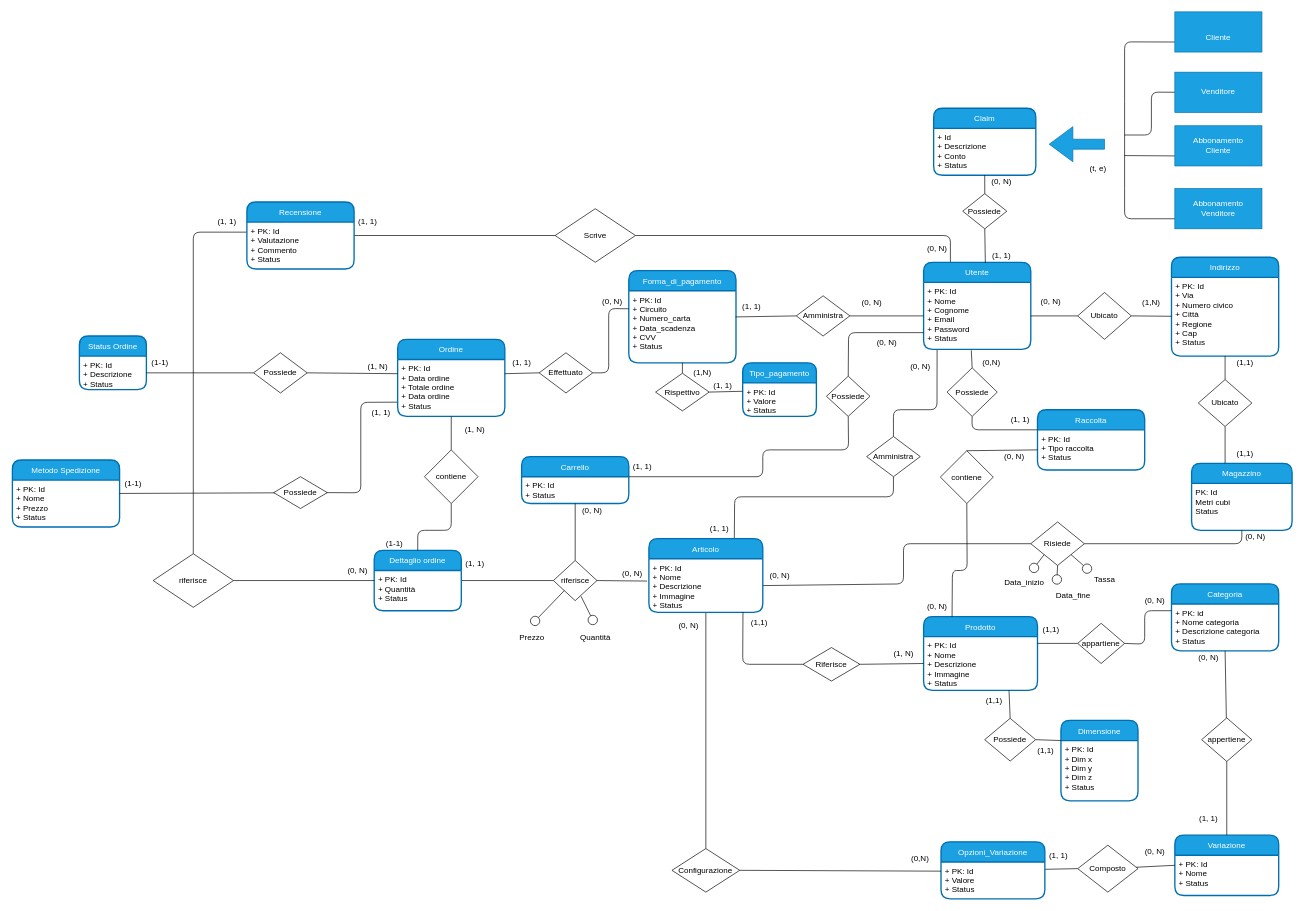
EndriDomiUni/E-commerce keeps this draw.io diagram as doc/schema_concettuale/schema_concettuale.drawio. Above is the earlier version. Source tidied: cells renumbered, new cells numbered last; positions are measured from the earlier drawing's top-left corner, leaving out a move shared by most shapes. Both pictures are drawn from the tidied source at 67%, with x=0, y=0 at pixel (12, 11).
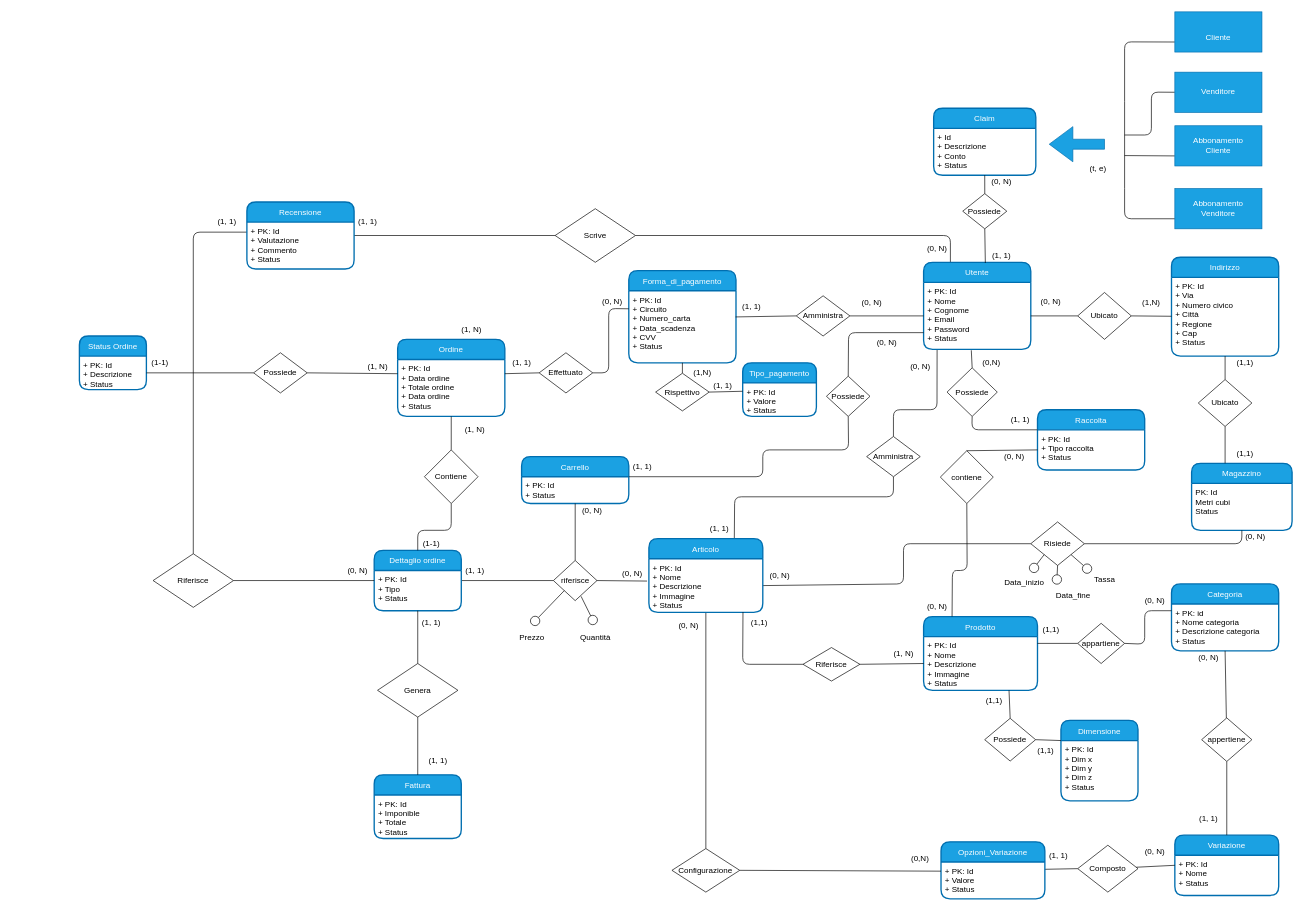
Above is the later version.

Commit message (it also covers changes not shown here):
Update schemas with fattura

The change refers to these unchanged cells:
```xml
<mxCell id="82" value="Dettaglio ordine" style="swimlane;horizontal=1;startSize=30;rounded=1;fontSize=12;fontStyle=0;strokeWidth=2;shadow=0;dashed=0;align=center;fillColor=#1ba1e2;fontColor=#ffffff;strokeColor=#006EAF;" parent="1" vertex="1">
  <mxGeometry x="540" y="804" width="130" height="90" as="geometry" />
</mxCell>
<mxCell id="157" value="+ PK: Id&#10;+ Data ordine&#10;+ Totale ordine&#10;+ Data ordine&#10;+ Status" style="align=left;strokeColor=none;fillColor=none;spacingLeft=4;fontSize=12;verticalAlign=top;" parent="156" vertex="1">
  <mxGeometry y="30" width="160" height="85" as="geometry" />
</mxCell>
```

Change to the diagram source:
```diff
@@
-    <mxCell id="83" value="+ PK: Id&#10;+ Quantità&#10;+ Status&#10;&#10;" style="align=left;strokeColor=none;fillColor=none;spacingLeft=4;fontSize=12;verticalAlign=top;" parent="82" vertex="1">
+    <mxCell id="83" value="+ PK: Id&#10;+ Tipo&#10;+ Status&#10;&#10;" style="align=left;strokeColor=none;fillColor=none;spacingLeft=4;fontSize=12;verticalAlign=top;" parent="82" vertex="1">
       <mxGeometry y="30" width="130" height="60" as="geometry" />
     </mxCell>
@@
-    <mxCell id="85" value="contiene" style="rhombus;whiteSpace=wrap;html=1;fontSize=12;" parent="1" vertex="1">
+    <mxCell id="85" value="Contiene" style="rhombus;whiteSpace=wrap;html=1;fontSize=12;" parent="1" vertex="1">
       <mxGeometry x="615" y="654" width="80" height="80" as="geometry" />
     </mxCell>
     <mxCell id="86" value="(1-1)" style="text;html=1;align=center;verticalAlign=middle;strokeColor=none;fillColor=none;fontSize=12;" parent="1" vertex="1">
-      <mxGeometry x="545" y="779" width="50" height="30" as="geometry" />
+      <mxGeometry x="600" y="779" width="50" height="30" as="geometry" />
     </mxCell>
     <mxCell id="87" value="(1, 1)" style="text;html=1;align=center;verticalAlign=middle;strokeColor=none;fillColor=none;fontSize=12;" parent="1" vertex="1">
-      <mxGeometry x="665" y="809" width="50" height="30" as="geometry" />
+      <mxGeometry x="665" y="819" width="50" height="30" as="geometry" />
     </mxCell>
@@
-    <mxCell id="119" value="riferisce" style="rhombus;whiteSpace=wrap;html=1;fontSize=12;" parent="1" vertex="1">
+    <mxCell id="119" value="Riferisce" style="rhombus;whiteSpace=wrap;html=1;fontSize=12;" parent="1" vertex="1">
       <mxGeometry x="210" y="809" width="120" height="80" as="geometry" />
     </mxCell>
@@
-    <mxCell id="151" value="Metodo Spedizione" style="swimlane;horizontal=1;startSize=30;rounded=1;fontSize=12;fontStyle=0;strokeWidth=2;shadow=0;dashed=0;align=center;fillColor=#1ba1e2;fontColor=#ffffff;strokeColor=#006EAF;" parent="1" vertex="1">
-      <mxGeometry y="669" width="160" height="100" as="geometry" />
-    </mxCell>
-    <mxCell id="152" value="+ PK: Id &#10;+ Nome&#10;+ Prezzo&#10;+ Status" style="align=left;strokeColor=none;fillColor=none;spacingLeft=4;fontSize=12;verticalAlign=top;" parent="151" vertex="1">
-      <mxGeometry y="30" width="160" height="70" as="geometry" />
-    </mxCell>
-    <mxCell id="153" style="edgeStyle=none;html=1;exitX=1;exitY=0.5;exitDx=0;exitDy=0;startArrow=none;startFill=0;endArrow=none;endFill=0;fontSize=12;" parent="1" edge="1" source="155">
-      <mxGeometry relative="1" as="geometry">
-        <mxPoint x="160" y="719" as="targetPoint" />
-      </mxGeometry>
-    </mxCell>
-    <mxCell id="154" style="edgeStyle=none;html=1;startArrow=none;startFill=0;endArrow=none;endFill=0;entryX=0;entryY=0.75;entryDx=0;entryDy=0;exitX=1;exitY=0.5;exitDx=0;exitDy=0;fontSize=12;" parent="1" edge="1" source="155" target="157">
-      <mxGeometry relative="1" as="geometry">
-        <Array as="points">
-          <mxPoint x="520" y="718" />
-          <mxPoint x="520" y="583" />
-        </Array>
-      </mxGeometry>
-    </mxCell>
-    <mxCell id="155" value="Possiede" style="shape=rhombus;perimeter=rhombusPerimeter;whiteSpace=wrap;html=1;align=center;fontSize=12;" parent="1" vertex="1">
-      <mxGeometry x="390" y="694" width="80" height="47.5" as="geometry" />
-    </mxCell>
@@
-    <mxCell id="162" value="(1-1)" style="text;html=1;align=center;verticalAlign=middle;strokeColor=none;fillColor=none;fontSize=12;" parent="1" vertex="1">
-      <mxGeometry x="155" y="690.2" width="50" height="30" as="geometry" />
-    </mxCell>
@@
-    <mxCell id="164" value="(1, 1)" style="text;html=1;align=center;verticalAlign=middle;strokeColor=none;fillColor=none;fontSize=12;" parent="1" vertex="1">
-      <mxGeometry x="525" y="584" width="50" height="30" as="geometry" />
-    </mxCell>
@@
+    <mxCell id="181" value="(1, N)" style="text;html=1;align=center;verticalAlign=middle;strokeColor=none;fillColor=none;fontSize=12;" parent="1" vertex="1">
+      <mxGeometry x="660" y="459" width="50" height="30" as="geometry" />
+    </mxCell>
+    <mxCell id="182" value="Genera" style="rhombus;whiteSpace=wrap;html=1;fontSize=12;" parent="1" vertex="1">
+      <mxGeometry x="545" y="972.8" width="120" height="80" as="geometry" />
+    </mxCell>
+    <mxCell id="183" style="edgeStyle=none;html=1;exitX=0.5;exitY=1;exitDx=0;exitDy=0;entryX=0.5;entryY=0;entryDx=0;entryDy=0;endArrow=none;endFill=0;" parent="1" edge="1" source="83" target="182">
+      <mxGeometry relative="1" as="geometry" />
+    </mxCell>
+    <mxCell id="184" value="Fattura" style="swimlane;horizontal=1;startSize=30;rounded=1;fontSize=12;fontStyle=0;strokeWidth=2;shadow=0;dashed=0;align=center;fillColor=#1ba1e2;fontColor=#ffffff;strokeColor=#006EAF;" parent="1" vertex="1">
+      <mxGeometry x="540" y="1139" width="130" height="95" as="geometry" />
+    </mxCell>
+    <mxCell id="185" value="+ PK: Id&#10;+ Imponible&#10;+ Totale&#10;+ Status" style="align=left;strokeColor=none;fillColor=none;spacingLeft=4;fontSize=12;verticalAlign=top;" parent="184" vertex="1">
+      <mxGeometry y="30" width="130" height="65" as="geometry" />
+    </mxCell>
+    <mxCell id="186" style="edgeStyle=none;html=1;exitX=0.5;exitY=1;exitDx=0;exitDy=0;entryX=0.5;entryY=0;entryDx=0;entryDy=0;endArrow=none;endFill=0;" parent="1" edge="1" source="182" target="184">
+      <mxGeometry relative="1" as="geometry" />
+    </mxCell>
+    <mxCell id="187" value="(1, 1)" style="text;html=1;align=center;verticalAlign=middle;strokeColor=none;fillColor=none;" parent="1" vertex="1">
+      <mxGeometry x="600" y="896.5" width="50" height="30" as="geometry" />
+    </mxCell>
+    <mxCell id="188" value="(1, 1)" style="text;html=1;align=center;verticalAlign=middle;strokeColor=none;fillColor=none;" parent="1" vertex="1">
+      <mxGeometry x="610" y="1102.8" width="50" height="30" as="geometry" />
+    </mxCell>
```
